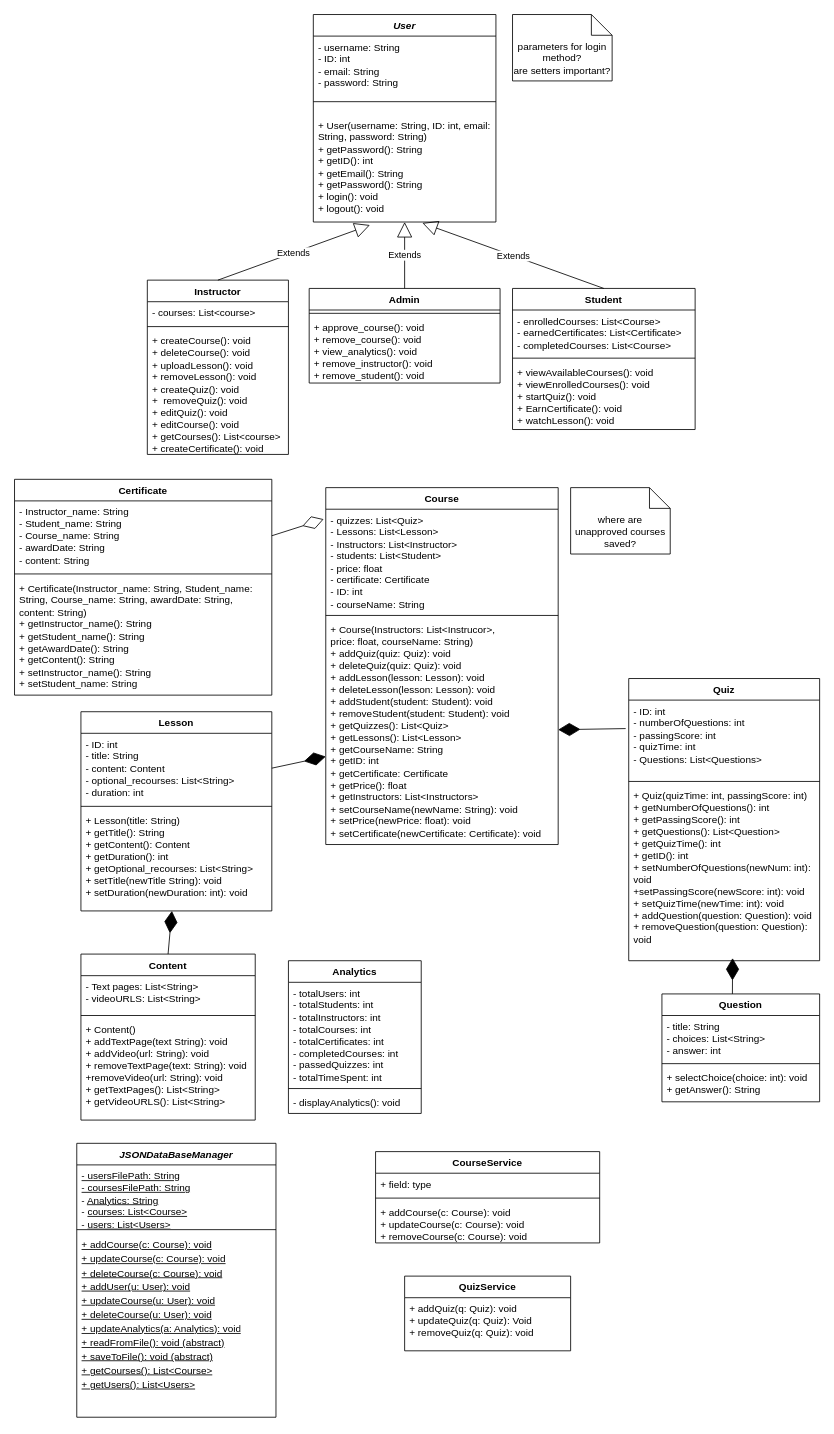
Earlier version of the draw.io diagram class diagram.drawio (Mahmoud5704/Bismillahi_arRahmani_arRahim-UML-). Source tidied: cells renumbered, new cells numbered last; positions are measured from the earlier drawing's top-left corner, leaving out a move shared by most shapes. Both pictures are drawn from the tidied source at 83%, with x=0, y=0 at pixel (14, 14).
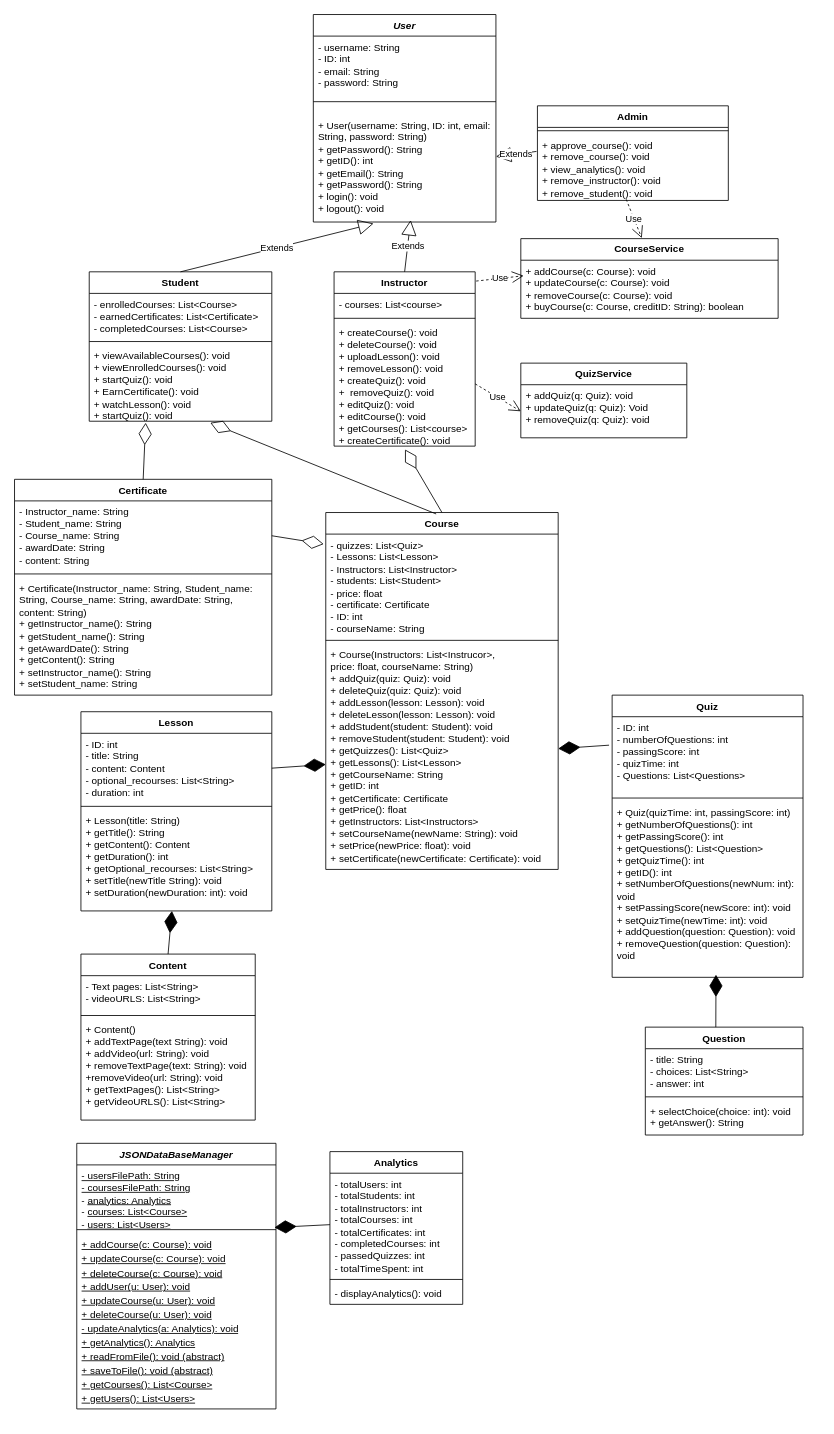
After the change.

The change refers to these unchanged cells:
```xml
<mxCell id="6" value="+ User(username: String, ID: int, email: String, password: String)&lt;div&gt;+ getPassword(): String&lt;/div&gt;&lt;div&gt;+ getID(): int&lt;/div&gt;&lt;div&gt;+ getEmail(): String&lt;/div&gt;&lt;div&gt;+ getPassword(): String&lt;/div&gt;&lt;div&gt;+ login(): void&lt;/div&gt;&lt;div&gt;+ logout(): void&lt;/div&gt;" style="text;strokeColor=none;fillColor=none;align=left;verticalAlign=top;spacingLeft=4;spacingRight=4;overflow=hidden;points=[[0,0.5],[1,0.5]];portConstraint=eastwest;whiteSpace=wrap;html=1;" parent="2" vertex="1">
  <mxGeometry y="120" width="220" height="130" as="geometry" />
</mxCell>
<mxCell id="11" value="+ createCourse(): void&lt;div&gt;+ deleteCourse(): void&lt;/div&gt;&lt;div&gt;+ uploadLesson(): void&lt;/div&gt;&lt;div&gt;+ removeLesson(): void&lt;/div&gt;&lt;div&gt;+ createQuiz(): void&lt;/div&gt;&lt;div&gt;+&amp;nbsp; removeQuiz(): void&lt;/div&gt;&lt;div&gt;+ editQuiz(): void&lt;/div&gt;&lt;div&gt;+ editCourse(): void&lt;/div&gt;&lt;div&gt;+ getCourses(): List&amp;lt;course&amp;gt;&lt;/div&gt;&lt;div&gt;+ createCertificate(): void&lt;/div&gt;" style="text;strokeColor=none;fillColor=none;align=left;verticalAlign=top;spacingLeft=4;spacingRight=4;overflow=hidden;points=[[0,0.5],[1,0.5]];portConstraint=eastwest;whiteSpace=wrap;html=1;" parent="8" vertex="1">
  <mxGeometry y="60" width="170" height="150" as="geometry" />
</mxCell>
<mxCell id="14" value="+ approve_course(): void&lt;div&gt;+ remove_course(): void&lt;/div&gt;&lt;div&gt;+ view_analytics(): void&lt;/div&gt;&lt;div&gt;+ remove_instructor(): void&lt;/div&gt;&lt;div&gt;+ remove_student(): void&lt;/div&gt;" style="text;strokeColor=none;fillColor=none;align=left;verticalAlign=top;spacingLeft=4;spacingRight=4;overflow=hidden;points=[[0,0.5],[1,0.5]];portConstraint=eastwest;whiteSpace=wrap;html=1;" parent="12" vertex="1">
  <mxGeometry y="34" width="230" height="80" as="geometry" />
</mxCell>
<mxCell id="22" value="Certificate" style="swimlane;fontStyle=1;align=center;verticalAlign=top;horizontal=1;startSize=26;whiteSpace=wrap;html=1;" parent="1" vertex="1">
  <mxGeometry y="560" width="310" height="260" as="geometry" />
</mxCell>
<mxCell id="53" value="- totalUsers: int&lt;div&gt;- totalStudents: int&lt;/div&gt;&lt;div&gt;- totalInstructors: int&lt;/div&gt;&lt;div&gt;- totalCourses: int&lt;/div&gt;&lt;div&gt;- totalCertificates: int&lt;/div&gt;&lt;div&gt;- completedCourses: int&lt;/div&gt;&lt;div&gt;- passedQuizzes: int&lt;/div&gt;&lt;div&gt;- totalTimeSpent: int&lt;/div&gt;" style="text;strokeColor=none;fillColor=none;align=left;verticalAlign=top;spacingLeft=4;spacingRight=4;overflow=hidden;points=[[0,0.5],[1,0.5]];portConstraint=eastwest;whiteSpace=wrap;html=1;" parent="52" vertex="1">
  <mxGeometry y="26" width="160" height="124" as="geometry" />
</mxCell>
<mxCell id="58" style="line;strokeWidth=1;fillColor=none;align=left;verticalAlign=middle;spacingTop=-1;spacingLeft=3;spacingRight=3;labelPosition=right;points=[];portConstraint=eastwest;strokeColor=inherit;" parent="56" vertex="1">
  <mxGeometry y="100" width="240" height="8" as="geometry" />
</mxCell>
<mxCell id="65" value="+ addQuiz(q: Quiz): void&lt;div&gt;+ updateQuiz(q: Quiz): Void&lt;/div&gt;&lt;div&gt;+ removeQuiz(q: Quiz): void&amp;nbsp;&lt;/div&gt;" style="text;strokeColor=none;fillColor=none;align=left;verticalAlign=top;spacingLeft=4;spacingRight=4;overflow=hidden;points=[[0,0.5],[1,0.5]];portConstraint=eastwest;whiteSpace=wrap;html=1;" parent="64" vertex="1">
  <mxGeometry y="26" width="200" height="64" as="geometry" />
</mxCell>
```

What changed in the source:
```diff
@@
-    <mxCell id="7" value="parameters for login method?&lt;div&gt;are setters important?&lt;/div&gt;" style="shape=note2;boundedLbl=1;whiteSpace=wrap;html=1;size=25;verticalAlign=top;align=center;" parent="1" vertex="1">
-      <mxGeometry x="600" width="120" height="80" as="geometry" />
-    </mxCell>
     <mxCell id="8" value="Instructor" style="swimlane;fontStyle=1;align=center;verticalAlign=top;horizontal=1;startSize=26;whiteSpace=wrap;html=1;" parent="1" vertex="1">
-      <mxGeometry x="160" y="320" width="170" height="210" as="geometry" />
+      <mxGeometry x="385" y="310" width="170" height="210" as="geometry" />
     </mxCell>
@@
     <mxCell id="12" value="Admin" style="swimlane;fontStyle=1;align=center;verticalAlign=top;horizontal=1;startSize=26;whiteSpace=wrap;html=1;" parent="1" vertex="1">
-      <mxGeometry x="355" y="330" width="230" height="114" as="geometry" />
+      <mxGeometry x="630" y="110" width="230" height="114" as="geometry" />
     </mxCell>
@@
-    <mxCell id="15" value="Extends" style="endArrow=block;endSize=16;endFill=0;html=1;rounded=0;entryX=0.31;entryY=1.028;entryDx=0;entryDy=0;entryPerimeter=0;exitX=0.5;exitY=0;exitDx=0;exitDy=0;" parent="1" edge="1" source="8" target="6">
+    <mxCell id="15" value="Extends" style="endArrow=block;endSize=16;endFill=0;html=1;rounded=0;entryX=0.533;entryY=0.982;entryDx=0;entryDy=0;entryPerimeter=0;exitX=0.5;exitY=0;exitDx=0;exitDy=0;" parent="1" edge="1" source="8" target="6">
       <mxGeometry relative="1" as="geometry" />
     </mxCell>
-    <mxCell id="16" value="Extends" style="endArrow=block;endSize=16;endFill=0;html=1;rounded=0;exitX=0.5;exitY=0;exitDx=0;exitDy=0;" parent="1" edge="1" source="12" target="6">
+    <mxCell id="16" value="Extends" style="endArrow=block;endSize=16;endFill=0;html=1;rounded=0;exitX=-0.005;exitY=0.262;exitDx=0;exitDy=0;exitPerimeter=0;" parent="1" edge="1" source="14" target="6">
       <mxGeometry relative="1" as="geometry" />
     </mxCell>
     <mxCell id="17" value="Student" style="swimlane;fontStyle=1;align=center;verticalAlign=top;horizontal=1;startSize=26;whiteSpace=wrap;html=1;" parent="1" vertex="1">
-      <mxGeometry x="600" y="330" width="220" height="170" as="geometry" />
+      <mxGeometry x="90" y="310" width="220" height="180" as="geometry" />
     </mxCell>
@@
-    <mxCell id="20" value="+ viewAvailableCourses(): void&lt;div&gt;+ viewEnrolledCourses(): void&lt;/div&gt;&lt;div&gt;+ startQuiz(): void&lt;/div&gt;&lt;div&gt;+ EarnCertificate(): void&lt;/div&gt;&lt;div&gt;+ watchLesson(): void&lt;/div&gt;" style="text;strokeColor=none;fillColor=none;align=left;verticalAlign=top;spacingLeft=4;spacingRight=4;overflow=hidden;points=[[0,0.5],[1,0.5]];portConstraint=eastwest;whiteSpace=wrap;html=1;" parent="17" vertex="1">
-      <mxGeometry y="88" width="220" height="82" as="geometry" />
+    <mxCell id="20" value="+ viewAvailableCourses(): void&lt;div&gt;+ viewEnrolledCourses(): void&lt;/div&gt;&lt;div&gt;+ startQuiz(): void&lt;/div&gt;&lt;div&gt;+ EarnCertificate(): void&lt;/div&gt;&lt;div&gt;+ watchLesson(): void&lt;/div&gt;&lt;div&gt;+ startQuiz(): void&lt;/div&gt;" style="text;strokeColor=none;fillColor=none;align=left;verticalAlign=top;spacingLeft=4;spacingRight=4;overflow=hidden;points=[[0,0.5],[1,0.5]];portConstraint=eastwest;whiteSpace=wrap;html=1;" parent="17" vertex="1">
+      <mxGeometry y="88" width="220" height="92" as="geometry" />
     </mxCell>
-    <mxCell id="21" value="Extends" style="endArrow=block;endSize=16;endFill=0;html=1;rounded=0;exitX=0.5;exitY=0;exitDx=0;exitDy=0;entryX=0.597;entryY=1.009;entryDx=0;entryDy=0;entryPerimeter=0;" parent="1" edge="1" source="17" target="6">
+    <mxCell id="21" value="Extends" style="endArrow=block;endSize=16;endFill=0;html=1;rounded=0;exitX=0.5;exitY=0;exitDx=0;exitDy=0;entryX=0.33;entryY=1.014;entryDx=0;entryDy=0;entryPerimeter=0;" parent="1" edge="1" source="17" target="6">
       <mxGeometry relative="1" as="geometry" />
     </mxCell>
@@
     <mxCell id="26" value="Course" style="swimlane;fontStyle=1;align=center;verticalAlign=top;horizontal=1;startSize=26;whiteSpace=wrap;html=1;" parent="1" vertex="1">
-      <mxGeometry x="375" y="570" width="280" height="430" as="geometry" />
+      <mxGeometry x="375" y="600" width="280" height="430" as="geometry" />
     </mxCell>
@@
-    <mxCell id="30" value="where are unapproved courses saved?" style="shape=note2;boundedLbl=1;whiteSpace=wrap;html=1;size=25;verticalAlign=top;align=center;" parent="1" vertex="1">
-      <mxGeometry x="670" y="570" width="120" height="80" as="geometry" />
-    </mxCell>
@@
     <mxCell id="35" value="Quiz" style="swimlane;fontStyle=1;align=center;verticalAlign=top;horizontal=1;startSize=26;whiteSpace=wrap;html=1;" parent="1" vertex="1">
-      <mxGeometry x="740" y="800" width="230" height="340" as="geometry" />
+      <mxGeometry x="720" y="820" width="230" height="340" as="geometry" />
     </mxCell>
@@
-    <mxCell id="38" value="+ Quiz(quizTime: int, passingScore: int)&lt;div&gt;+ getNumberOfQuestions(): int&lt;/div&gt;&lt;div&gt;+ getPassingScore(): int&lt;/div&gt;&lt;div&gt;+ getQuestions(): List&amp;lt;Question&amp;gt;&lt;/div&gt;&lt;div&gt;+ getQuizTime(): int&lt;/div&gt;&lt;div&gt;+ getID(): int&lt;/div&gt;&lt;div&gt;+ setNumberOfQuestions(newNum: int): void&lt;/div&gt;&lt;div&gt;+setPassingScore(newScore: int): void&lt;/div&gt;&lt;div&gt;+ setQuizTime(newTime: int): void&lt;/div&gt;&lt;div&gt;+ addQuestion(question: Question): void&lt;/div&gt;&lt;div&gt;+ removeQuestion(question: Question): void&lt;/div&gt;" style="text;strokeColor=none;fillColor=none;align=left;verticalAlign=top;spacingLeft=4;spacingRight=4;overflow=hidden;points=[[0,0.5],[1,0.5]];portConstraint=eastwest;whiteSpace=wrap;html=1;" parent="35" vertex="1">
+    <mxCell id="38" value="+ Quiz(quizTime: int, passingScore: int)&lt;div&gt;+ getNumberOfQuestions(): int&lt;/div&gt;&lt;div&gt;+ getPassingScore(): int&lt;/div&gt;&lt;div&gt;+ getQuestions(): List&amp;lt;Question&amp;gt;&lt;/div&gt;&lt;div&gt;+ getQuizTime(): int&lt;/div&gt;&lt;div&gt;+ getID(): int&lt;/div&gt;&lt;div&gt;+ setNumberOfQuestions(newNum: int): void&lt;/div&gt;&lt;div&gt;+ setPassingScore(newScore: int): void&lt;/div&gt;&lt;div&gt;+ setQuizTime(newTime: int): void&lt;/div&gt;&lt;div&gt;+ addQuestion(question: Question): void&lt;/div&gt;&lt;div&gt;+ removeQuestion(question: Question): void&lt;/div&gt;" style="text;strokeColor=none;fillColor=none;align=left;verticalAlign=top;spacingLeft=4;spacingRight=4;overflow=hidden;points=[[0,0.5],[1,0.5]];portConstraint=eastwest;whiteSpace=wrap;html=1;" parent="35" vertex="1">
       <mxGeometry y="128" width="230" height="212" as="geometry" />
     </mxCell>
     <mxCell id="39" value="Question" style="swimlane;fontStyle=1;align=center;verticalAlign=top;horizontal=1;startSize=26;whiteSpace=wrap;html=1;" parent="1" vertex="1">
-      <mxGeometry x="780" y="1180" width="190" height="130" as="geometry" />
+      <mxGeometry x="760" y="1220" width="190" height="130" as="geometry" />
     </mxCell>
@@
     <mxCell id="52" value="Analytics" style="swimlane;fontStyle=1;align=center;verticalAlign=top;horizontal=1;startSize=26;whiteSpace=wrap;html=1;" parent="1" vertex="1">
-      <mxGeometry x="330" y="1140" width="160" height="184" as="geometry" />
+      <mxGeometry x="380" y="1370" width="160" height="184" as="geometry" />
     </mxCell>
@@
     <mxCell id="56" value="&lt;i&gt;JSONDataBaseManager&lt;/i&gt;" style="swimlane;fontStyle=1;align=center;verticalAlign=top;horizontal=1;startSize=26;whiteSpace=wrap;html=1;" parent="1" vertex="1">
-      <mxGeometry x="75" y="1360" width="240" height="330" as="geometry" />
+      <mxGeometry x="75" y="1360" width="240" height="320" as="geometry" />
     </mxCell>
-    <mxCell id="57" value="&lt;u&gt;- usersFilePath: String&lt;/u&gt;&lt;div&gt;&lt;u&gt;- coursesFilePath: String&lt;br&gt;&lt;/u&gt;&lt;div&gt;&lt;span style=&quot;background-color: transparent; color: light-dark(rgb(0, 0, 0), rgb(255, 255, 255));&quot;&gt;- &lt;u&gt;Analytics: String&lt;/u&gt;&lt;/span&gt;&lt;/div&gt;&lt;div&gt;- &lt;u&gt;courses: List&amp;lt;Course&amp;gt;&lt;/u&gt;&lt;/div&gt;&lt;div&gt;- &lt;u&gt;users: List&amp;lt;Users&amp;gt;&lt;/u&gt;&lt;/div&gt;&lt;/div&gt;" style="text;strokeColor=none;fillColor=none;align=left;verticalAlign=top;spacingLeft=4;spacingRight=4;overflow=hidden;whiteSpace=wrap;html=1;" parent="56" vertex="1">
+    <mxCell id="57" value="&lt;u&gt;- usersFilePath: String&lt;/u&gt;&lt;div&gt;&lt;u&gt;- coursesFilePath: String&lt;br&gt;&lt;/u&gt;&lt;div&gt;&lt;span style=&quot;background-color: transparent; color: light-dark(rgb(0, 0, 0), rgb(255, 255, 255));&quot;&gt;- &lt;u&gt;analytics: Analytics&lt;/u&gt;&lt;/span&gt;&lt;/div&gt;&lt;div&gt;- &lt;u&gt;courses: List&amp;lt;Course&amp;gt;&lt;/u&gt;&lt;/div&gt;&lt;div&gt;- &lt;u&gt;users: List&amp;lt;Users&amp;gt;&lt;/u&gt;&lt;/div&gt;&lt;/div&gt;" style="text;strokeColor=none;fillColor=none;align=left;verticalAlign=top;spacingLeft=4;spacingRight=4;overflow=hidden;whiteSpace=wrap;html=1;" parent="56" vertex="1">
       <mxGeometry y="26" width="240" height="74" as="geometry" />
     </mxCell>
@@
-    <mxCell id="59" value="&lt;div style=&quot;line-height: 140%;&quot;&gt;&lt;u&gt;+ addCourse(c: Course): void&lt;/u&gt;&lt;div&gt;&lt;u&gt;+ updateCourse(c: Course): void&lt;/u&gt;&lt;/div&gt;&lt;div&gt;&lt;u&gt;+ deleteCourse(c: Course): void&lt;/u&gt;&lt;/div&gt;&lt;div&gt;&lt;u&gt;+ addUser(u: User): void&lt;/u&gt;&lt;div&gt;&lt;u&gt;+ updateCours&lt;span style=&quot;background-color: light-dark(#ffffff, var(--ge-dark-color, #121212));&quot;&gt;e(u: User): void&lt;/span&gt;&lt;/u&gt;&lt;/div&gt;&lt;div&gt;&lt;u style=&quot;background-color: light-dark(#ffffff, var(--ge-dark-color, #121212));&quot;&gt;+ deleteCourse(u: User): void&lt;/u&gt;&lt;/div&gt;&lt;/div&gt;&lt;div&gt;&lt;u&gt;+ updateAnalytics(a: Analytics): void&lt;/u&gt;&lt;/div&gt;&lt;div&gt;&lt;u&gt;+ readFromFile(): void (abstract)&lt;/u&gt;&lt;/div&gt;&lt;div&gt;&lt;u&gt;+ saveToFile(): void (abstract)&lt;/u&gt;&lt;/div&gt;&lt;div&gt;&lt;u&gt;+ getCourses(): List&amp;lt;Course&amp;gt;&lt;/u&gt;&lt;/div&gt;&lt;div&gt;&lt;u&gt;+ getUsers(): List&amp;lt;Users&amp;gt;&lt;/u&gt;&lt;/div&gt;&lt;/div&gt;" style="text;strokeColor=none;fillColor=none;align=left;verticalAlign=top;spacingLeft=4;spacingRight=4;overflow=hidden;whiteSpace=wrap;html=1;" parent="56" vertex="1">
-      <mxGeometry y="108" width="240" height="222" as="geometry" />
+    <mxCell id="59" value="&lt;div style=&quot;line-height: 140%;&quot;&gt;&lt;u&gt;+ addCourse(c: Course): void&lt;/u&gt;&lt;div&gt;&lt;u&gt;+ updateCourse(c: Course): void&lt;/u&gt;&lt;/div&gt;&lt;div&gt;&lt;u&gt;+ deleteCourse(c: Course): void&lt;/u&gt;&lt;/div&gt;&lt;div&gt;&lt;u&gt;+ addUser(u: User): void&lt;/u&gt;&lt;div&gt;&lt;u&gt;+ updateCours&lt;span style=&quot;background-color: light-dark(#ffffff, var(--ge-dark-color, #121212));&quot;&gt;e(u: User): void&lt;/span&gt;&lt;/u&gt;&lt;/div&gt;&lt;div&gt;&lt;u style=&quot;background-color: light-dark(#ffffff, var(--ge-dark-color, #121212));&quot;&gt;+ deleteCourse(u: User): void&lt;/u&gt;&lt;/div&gt;&lt;/div&gt;&lt;div&gt;&lt;u&gt;- updateAnalytics(a: Analytics): void&lt;/u&gt;&lt;/div&gt;&lt;div&gt;&lt;u&gt;+ getAnalytics(): Analytics&lt;/u&gt;&lt;/div&gt;&lt;div&gt;&lt;u&gt;+ readFromFile(): void (abstract)&lt;/u&gt;&lt;/div&gt;&lt;div&gt;&lt;u&gt;+ saveToFile(): void (abstract)&lt;/u&gt;&lt;/div&gt;&lt;div&gt;&lt;u&gt;+ getCourses(): List&amp;lt;Course&amp;gt;&lt;/u&gt;&lt;/div&gt;&lt;div&gt;&lt;u&gt;+ getUsers(): List&amp;lt;Users&amp;gt;&lt;/u&gt;&lt;/div&gt;&lt;/div&gt;" style="text;strokeColor=none;fillColor=none;align=left;verticalAlign=top;spacingLeft=4;spacingRight=4;overflow=hidden;whiteSpace=wrap;html=1;" parent="56" vertex="1">
+      <mxGeometry y="108" width="240" height="212" as="geometry" />
     </mxCell>
-    <mxCell id="60" value="CourseService" style="swimlane;fontStyle=1;align=center;verticalAlign=top;horizontal=1;startSize=26;whiteSpace=wrap;html=1;" parent="1" vertex="1">
-      <mxGeometry x="435" y="1370" width="270" height="110" as="geometry" />
-    </mxCell>
-    <mxCell id="61" value="+ field: type" style="text;strokeColor=none;fillColor=none;align=left;verticalAlign=top;spacingLeft=4;spacingRight=4;overflow=hidden;whiteSpace=wrap;html=1;" parent="60" vertex="1">
-      <mxGeometry y="26" width="270" height="26" as="geometry" />
-    </mxCell>
-    <mxCell id="62" style="line;strokeWidth=1;fillColor=none;align=left;verticalAlign=middle;spacingTop=-1;spacingLeft=3;spacingRight=3;labelPosition=right;strokeColor=inherit;" parent="60" vertex="1">
-      <mxGeometry y="52" width="270" height="8" as="geometry" />
-    </mxCell>
-    <mxCell id="63" value="+ addCourse(c: Course): void&lt;div&gt;+ updateCourse(c: Course): void&lt;/div&gt;&lt;div&gt;+ removeCourse(c: Course): void&lt;/div&gt;" style="text;strokeColor=none;fillColor=none;align=left;verticalAlign=top;spacingLeft=4;spacingRight=4;overflow=hidden;points=[[0,0.5],[1,0.5]];portConstraint=eastwest;whiteSpace=wrap;html=1;" parent="60" vertex="1">
-      <mxGeometry y="60" width="270" height="50" as="geometry" />
-    </mxCell>
     <mxCell id="64" value="&lt;b&gt;QuizService&lt;/b&gt;" style="swimlane;fontStyle=0;horizontal=1;startSize=26;fillColor=none;whiteSpace=wrap;html=1;" parent="1" vertex="1">
-      <mxGeometry x="470" y="1520" width="200" height="90" as="geometry" />
+      <mxGeometry x="610" y="420" width="200" height="90" as="geometry" />
     </mxCell>
@@
+    <mxCell id="66" style="endArrow=diamondThin;endFill=0;endSize=24;html=1;rounded=0;exitX=0.5;exitY=0;exitDx=0;exitDy=0;entryX=0.309;entryY=1.02;entryDx=0;entryDy=0;entryPerimeter=0;" parent="1" edge="1" source="22" target="20">
+      <mxGeometry relative="1" as="geometry" />
+    </mxCell>
+    <mxCell id="67" style="endArrow=diamondThin;endFill=0;endSize=24;html=1;rounded=0;entryX=0.503;entryY=1.027;entryDx=0;entryDy=0;entryPerimeter=0;exitX=0.5;exitY=0;exitDx=0;exitDy=0;" parent="1" edge="1" source="26" target="11">
+      <mxGeometry relative="1" as="geometry" />
+    </mxCell>
+    <mxCell id="68" style="endArrow=diamondThin;endFill=0;endSize=24;html=1;rounded=0;exitX=0.475;exitY=0.004;exitDx=0;exitDy=0;exitPerimeter=0;entryX=0.663;entryY=1.02;entryDx=0;entryDy=0;entryPerimeter=0;" parent="1" edge="1" source="26" target="20">
+      <mxGeometry relative="1" as="geometry" />
+    </mxCell>
+    <mxCell id="69" style="endArrow=diamondThin;endFill=1;endSize=24;html=1;rounded=0;exitX=0;exitY=0.5;exitDx=0;exitDy=0;entryX=0.992;entryY=0.173;entryDx=0;entryDy=0;entryPerimeter=0;" parent="1" edge="1" source="53" target="58">
+      <mxGeometry relative="1" as="geometry" />
+    </mxCell>
+    <mxCell id="60" value="&lt;span style=&quot;font-weight: 700;&quot;&gt;CourseService&lt;/span&gt;" style="swimlane;fontStyle=0;horizontal=1;startSize=26;fillColor=none;whiteSpace=wrap;html=1;" parent="1" vertex="1">
+      <mxGeometry x="610" y="270" width="310" height="96" as="geometry" />
+    </mxCell>
+    <mxCell id="63" value="+ addCourse(c: Course): void&lt;div&gt;+ updateCourse(c: Course): void&lt;/div&gt;&lt;div&gt;+ removeCourse(c: Course): void&lt;/div&gt;&lt;div&gt;+ buyCourse(c: Course, creditID: String): boolean&lt;/div&gt;" style="text;strokeColor=none;fillColor=none;align=left;verticalAlign=top;spacingLeft=4;spacingRight=4;overflow=hidden;points=[[0,0.5],[1,0.5]];portConstraint=eastwest;whiteSpace=wrap;html=1;" parent="60" vertex="1">
+      <mxGeometry y="26" width="310" height="70" as="geometry" />
+    </mxCell>
+    <mxCell id="70" value="Use" style="endArrow=open;endSize=12;dashed=1;html=1;rounded=0;exitX=0.465;exitY=0.983;exitDx=0;exitDy=0;exitPerimeter=0;entryX=0.47;entryY=-0.007;entryDx=0;entryDy=0;entryPerimeter=0;" parent="1" edge="1" source="14" target="60">
+      <mxGeometry relative="1" as="geometry" />
+    </mxCell>
+    <mxCell id="71" value="Use" style="endArrow=open;endSize=12;dashed=1;html=1;rounded=0;exitX=1.007;exitY=0.053;exitDx=0;exitDy=0;exitPerimeter=0;entryX=0.011;entryY=0.268;entryDx=0;entryDy=0;entryPerimeter=0;" parent="1" edge="1" source="8" target="63">
+      <mxGeometry relative="1" as="geometry" />
+    </mxCell>
+    <mxCell id="72" value="Use" style="endArrow=open;endSize=12;dashed=1;html=1;rounded=0;exitX=1;exitY=0.5;exitDx=0;exitDy=0;entryX=0;entryY=0.5;entryDx=0;entryDy=0;" parent="1" edge="1" source="11" target="65">
+      <mxGeometry relative="1" as="geometry" />
+    </mxCell>
```
